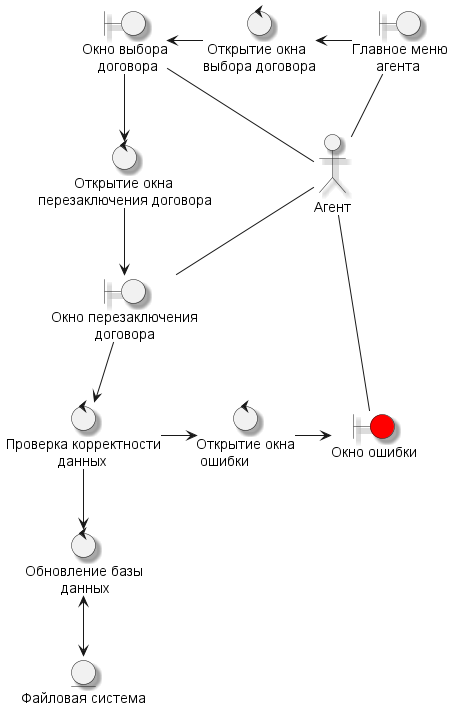
Before: out/Resource/Диаграммы пригодности/Перезаключить договор (Агент).png, a diagram exported from PlantUML (MiFit1/OSOGO). Its diagram source:
```plantuml
@startuml
skinparam Shadowing true
actor "Агент" as agent
boundary "Главное меню\n      агента" as mainMenuAc
boundary "Окно выбора\n    договора" as contractWindow
boundary "Окно перезаключения\n           договора" as reContractWindow
boundary "Окно ошибки" as errorWindow #Red

control " Открытие окна\nвыбора договора" as contractWindowControl
control "         Открытие окна\nперезаключения договора" as reContractWindowControl
control "Обновление базы\n         данных" as updateDatabase
control "Открытие окна\n ошибки" as errorWindowControl
control "Проверка корректности\n             данных" as checkCorrectData

entity "Файловая система" as fs

agent -u- mainMenuAc
mainMenuAc -l-> contractWindowControl
contractWindowControl -l-> contractWindow
contractWindow --> reContractWindowControl
reContractWindowControl --> reContractWindow
reContractWindow --> checkCorrectData
checkCorrectData --> updateDatabase
checkCorrectData -r-> errorWindowControl
updateDatabase <--> fs
errorWindowControl -r-> errorWindow

agent -- contractWindow
agent -- reContractWindow
agent -- errorWindow

@enduml
```
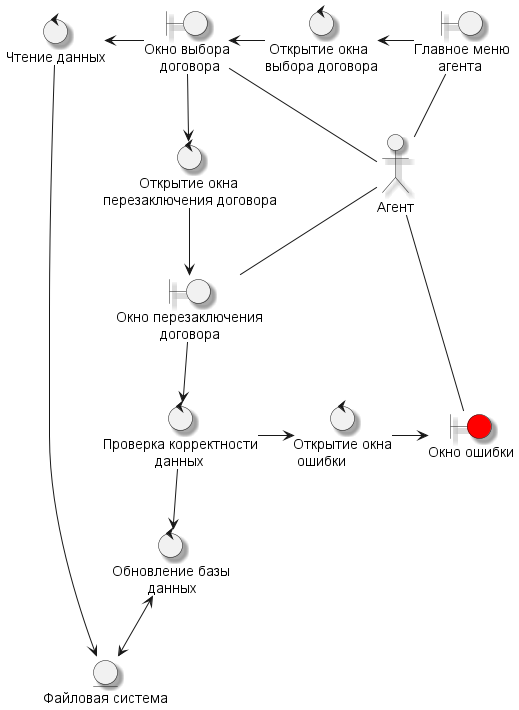
The same file after the commit.

What changed in the source:
```diff
@@ -11,6 +11,7 @@
 control "Обновление базы\n         данных" as updateDatabase
 control "Открытие окна\n ошибки" as errorWindowControl
 control "Проверка корректности\n             данных" as checkCorrectData
+control "Чтение данных" as readData
 
 entity "Файловая система" as fs
 
@@ -18,6 +19,8 @@
 mainMenuAc -l-> contractWindowControl
 contractWindowControl -l-> contractWindow
 contractWindow --> reContractWindowControl
+contractWindow -l-> readData
+readData --> fs
 reContractWindowControl --> reContractWindow
 reContractWindow --> checkCorrectData
 checkCorrectData --> updateDatabase
```
